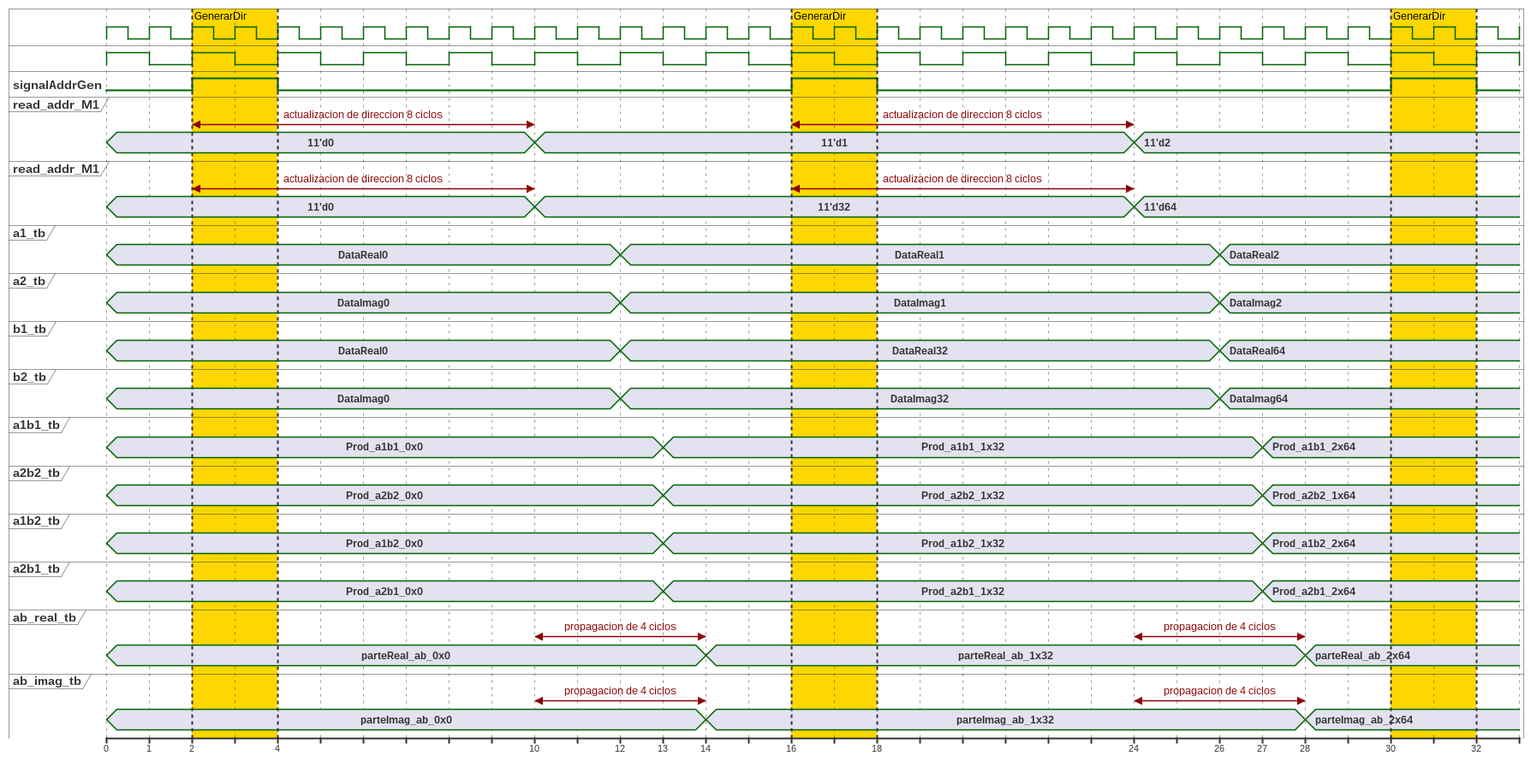
Earlier version of the PlantUML export operations.png (AlexandeGomez/waveforms).
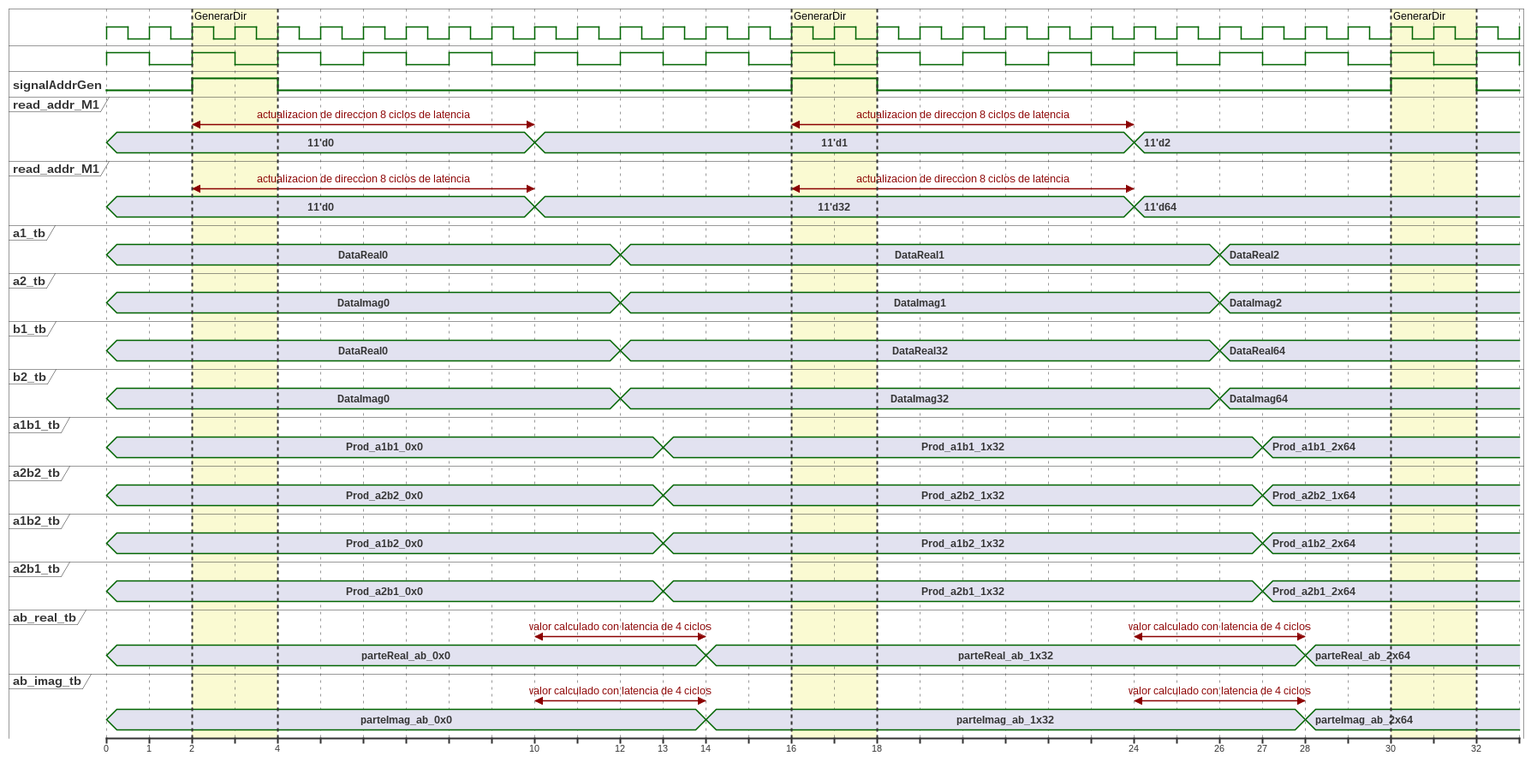
The same diagram one commit later.

The edit, as a diff of the source:
```diff
@@ -34,15 +34,15 @@
 0 is "11'd0"
 +10 is "11'd1"
 +14 is "11'd2"
-@2 <-> @10 : actualizacion de direccion 8 ciclos
-@16 <-> @24 : actualizacion de direccion 8 ciclos
+@2 <-> @10 : actualizacion de direccion 8 ciclos de latencia
+@16 <-> @24 : actualizacion de direccion 8 ciclos de latencia
 
 @ra2
 0 is "11'd0"
 +10 is "11'd32"
 +14 is "11'd64"
-@2 <-> @10 : actualizacion de direccion 8 ciclos
-@16 <-> @24 : actualizacion de direccion 8 ciclos
+@2 <-> @10 : actualizacion de direccion 8 ciclos de latencia
+@16 <-> @24 : actualizacion de direccion 8 ciclos de latencia
 
 @a1
 0 is DataReal0
@@ -82,21 +82,21 @@
 0 is parteReal_ab_0x0
 +14 is parteReal_ab_1x32
 +14 is parteReal_ab_2x64
-@10 <-> @14 : propagacion de 4 ciclos
-@24 <-> @28 : propagacion de 4 ciclos
+@10 <-> @14 : valor calculado con latencia de 4 ciclos
+@24 <-> @28 : valor calculado con latencia de 4 ciclos
 
 @abi
 0 is parteImag_ab_0x0
 +14 is parteImag_ab_1x32
 +14 is parteImag_ab_2x64
-@10 <-> @14 : propagacion de 4 ciclos
-@24 <-> @28 : propagacion de 4 ciclos
+@10 <-> @14 : valor calculado con latencia de 4 ciclos
+@24 <-> @28 : valor calculado con latencia de 4 ciclos
 
 
 
 
-highlight 2 to 4 #Gold:GenerarDir
-highlight 16 to 18 #Gold:GenerarDir
-highlight 30 to 32 #Gold:GenerarDir
+highlight 2 to 4 #LightGoldenRodYellow:GenerarDir
+highlight 16 to 18 #LightGoldenRodYellow:GenerarDir
+highlight 30 to 32 #LightGoldenRodYellow:GenerarDir
 
 @enduml
```
